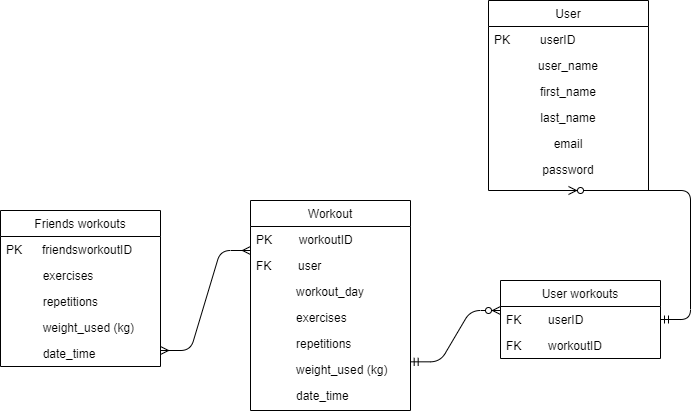
Before: Original ERD Diagram.png, a diagram exported from draw.io (Armanhafiz4/Fundamental-project). Source tidied: cells renumbered, new cells last; positions are measured from the earlier drawing's top-left corner, leaving out a move shared by most shapes.
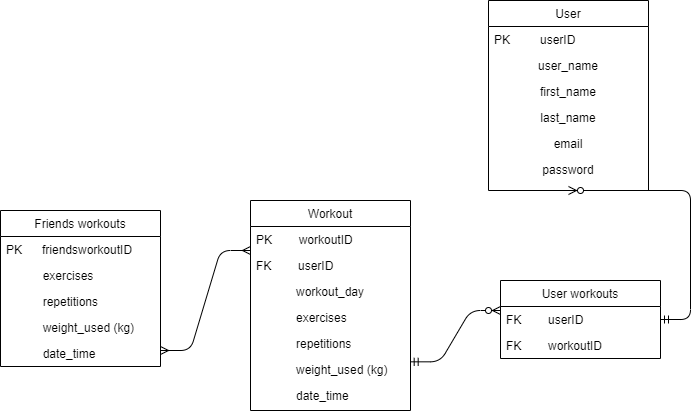
The same diagram one commit later.

What changed in the source:
```diff
@@ -26,7 +26,7 @@
     <mxCell id="9" value="PK        workoutID" style="text;align=left;verticalAlign=top;spacingLeft=4;spacingRight=4;overflow=hidden;" parent="8" vertex="1">
       <mxGeometry y="26" width="160" height="26" as="geometry" />
     </mxCell>
-    <mxCell id="10" value="FK        user" style="text;align=left;verticalAlign=top;spacingLeft=4;spacingRight=4;overflow=hidden;rounded=0;shadow=0;html=0;" parent="8" vertex="1">
+    <mxCell id="10" value="FK        userID" style="text;align=left;verticalAlign=top;spacingLeft=4;spacingRight=4;overflow=hidden;rounded=0;shadow=0;html=0;" parent="8" vertex="1">
       <mxGeometry y="52" width="160" height="26" as="geometry" />
     </mxCell>
     <mxCell id="11" value="workout_day" style="text;align=center;verticalAlign=top;spacingLeft=4;spacingRight=4;overflow=hidden;fontStyle=0;" parent="8" vertex="1">
```
